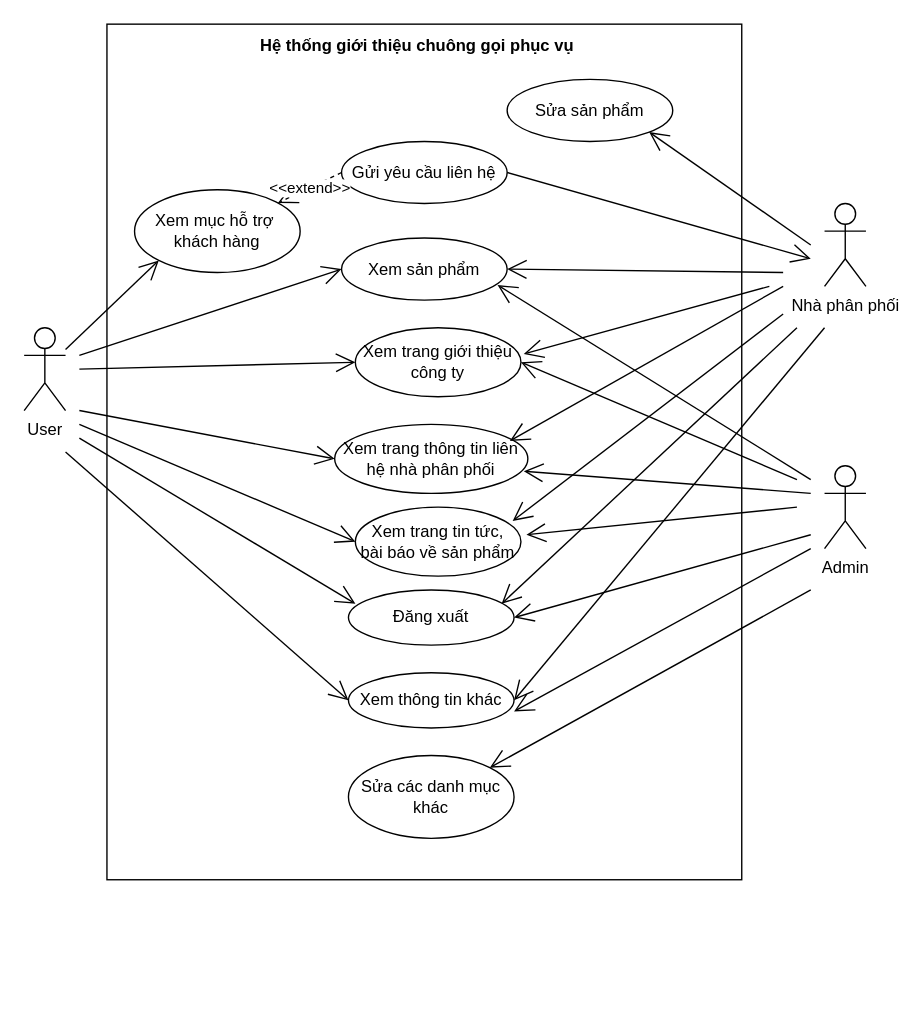
The draw.io diagram overviewDiagram.drawio in hoangminh15/PTTKHT, before the edit. Source tidied: cells renumbered, new cells numbered last; positions are measured from the earlier drawing's top-left corner, leaving out a move shared by most shapes. Both pictures are drawn from the tidied source at 138%, with x=0, y=0 at pixel (23, 23).
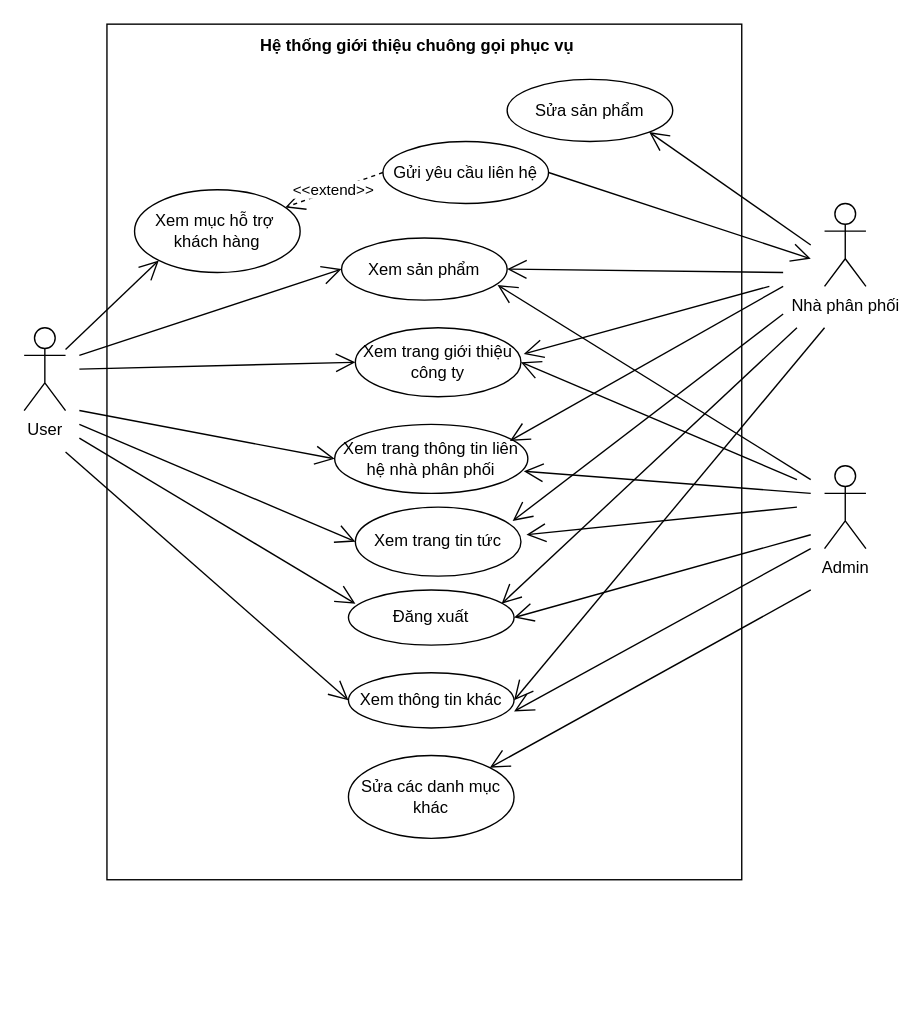
The same page after the edit.

Diff of the diagram source:
```diff
@@
-    <mxCell id="4" value="Xem trang tin tức, &lt;br&gt;bài báo về sản phẩm" style="ellipse;whiteSpace=wrap;html=1;" parent="1" vertex="1">
+    <mxCell id="4" value="Xem trang tin tức" style="ellipse;whiteSpace=wrap;html=1;" parent="1" vertex="1">
       <mxGeometry x="240" y="350" width="120" height="50" as="geometry" />
     </mxCell>
@@
     <mxCell id="6" value="Gửi yêu cầu liên hệ" style="ellipse;whiteSpace=wrap;html=1;" parent="1" vertex="1">
-      <mxGeometry x="230" y="85" width="120" height="45" as="geometry" />
+      <mxGeometry x="260" y="85" width="120" height="45" as="geometry" />
     </mxCell>
```
